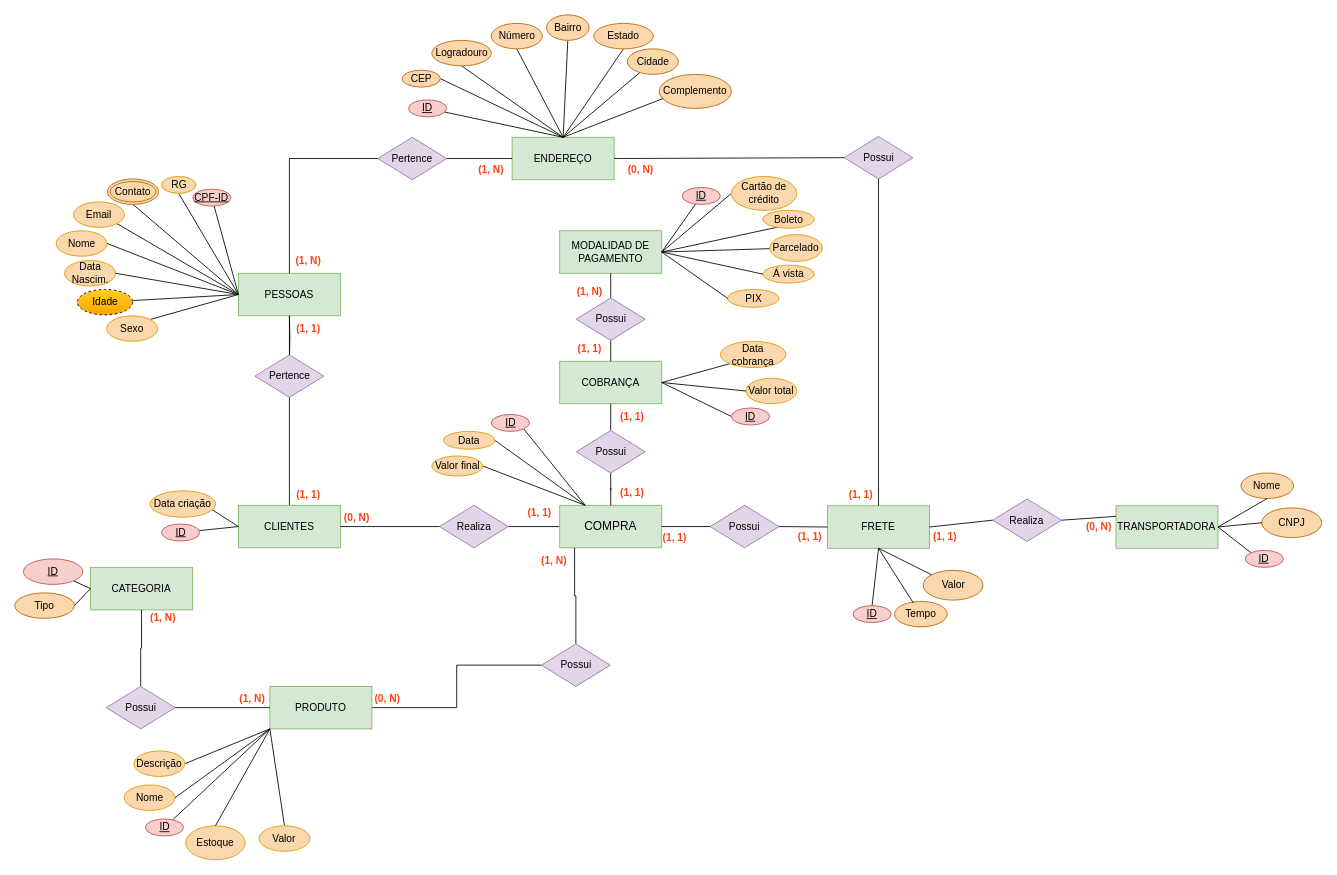
Before: Potian.drawio in JoaoVAntunes/PotianDatabase, a draw.io diagram. Source tidied: cells renumbered, new cells numbered last; positions are measured from the earlier drawing's top-left corner, leaving out a move shared by most shapes. Both pictures are drawn from the tidied source at 85%, with x=0, y=0 at pixel (14, 14).
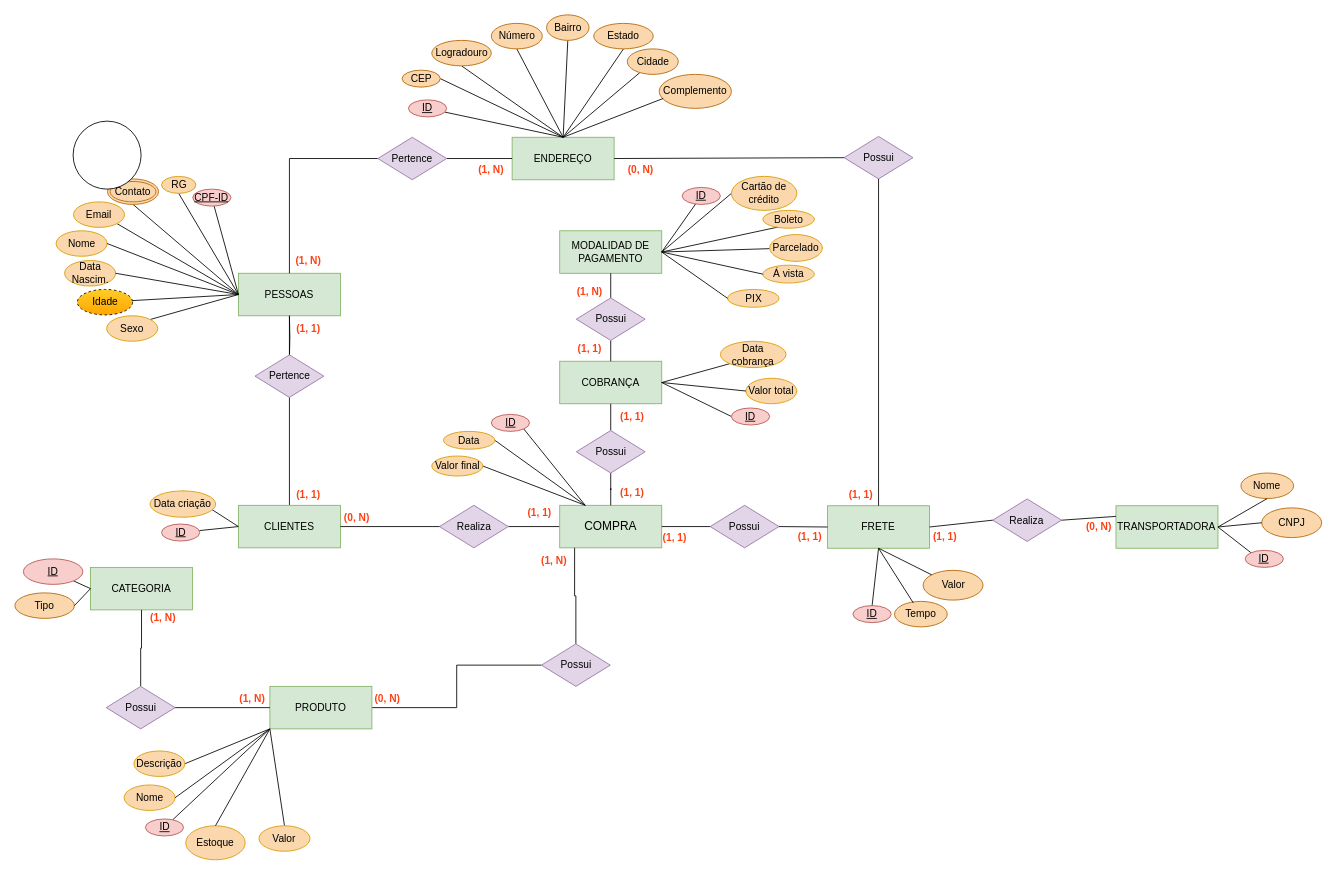
Above is the later version.

Change to the diagram source:
```diff
@@
+    <mxCell id="148" style="ellipse;whiteSpace=wrap;html=1;" parent="1" vertex="1">
+      <mxGeometry x="68.5" y="125" width="80" height="80" as="geometry" />
+    </mxCell>
```
